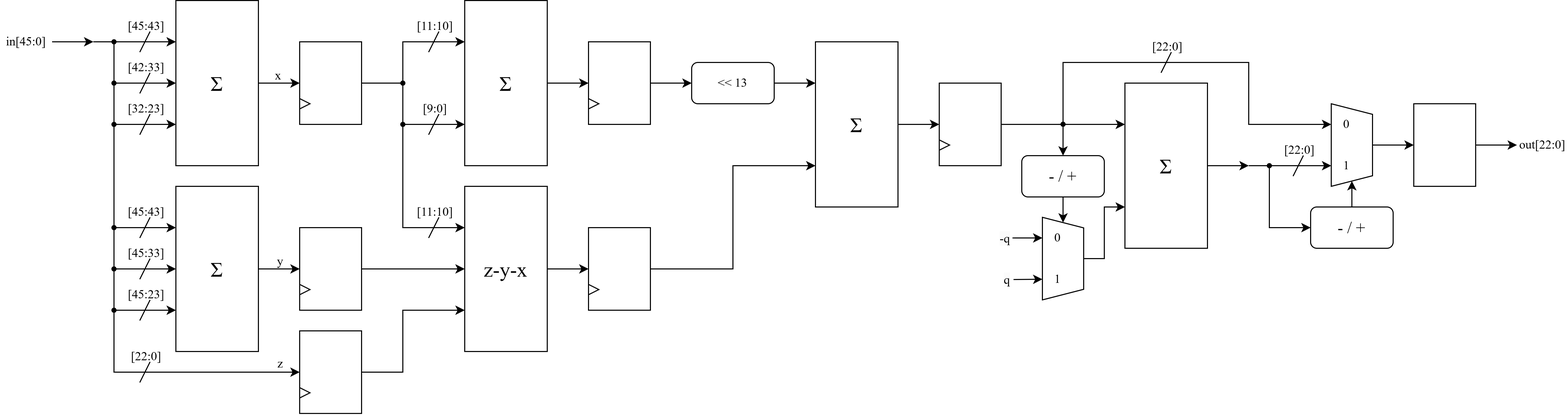
Before: Diagram/Block Diagram/NTT/Modular_Reduction_pipeline.png, a diagram exported from draw.io (Fossum2523/ML_DSA). Source tidied: cells renumbered, new cells last; positions are measured from the earlier drawing's top-left corner, leaving out a move shared by most shapes.
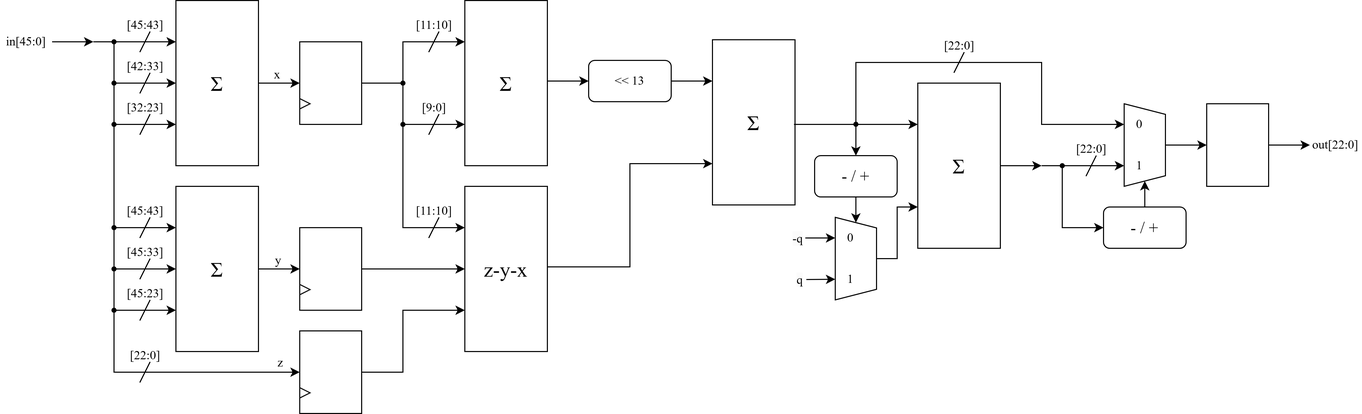
Above is the later version.

What changed in the source:
```diff
@@ -223,43 +223,47 @@
       </mxGeometry>
     </mxCell>
     <mxCell id="42" value="&amp;lt;&amp;lt; 13" style="rounded=1;whiteSpace=wrap;html=1;fontFamily=Times New Roman;" parent="1" vertex="1">
-      <mxGeometry x="670" y="60" width="80" height="40" as="geometry" />
+      <mxGeometry x="570" y="58" width="80" height="40" as="geometry" />
     </mxCell>
-    <mxCell id="43" style="endArrow=classic;html=1;rounded=0;exitX=1;exitY=0.5;exitDx=0;exitDy=0;entryX=0;entryY=0.5;entryDx=0;entryDy=0;fontFamily=Times New Roman;" parent="1" edge="1" source="98" target="42">
-      <mxGeometry relative="1" as="geometry" />
+    <mxCell id="43" style="endArrow=classic;html=1;rounded=0;exitX=1;exitY=0.5;exitDx=0;exitDy=0;entryX=0;entryY=0.5;entryDx=0;entryDy=0;fontFamily=Times New Roman;" parent="1" edge="1" target="42">
+      <mxGeometry relative="1" as="geometry">
+        <mxPoint x="530" y="78" as="sourcePoint" />
+      </mxGeometry>
     </mxCell>
     <mxCell id="44" value="&lt;font style=&quot;font-size: 20px;&quot;&gt;Σ&lt;/font&gt;" style="rounded=0;whiteSpace=wrap;html=1;fontFamily=Times New Roman;" parent="1" vertex="1">
-      <mxGeometry x="790" y="40" width="80" height="160" as="geometry" />
+      <mxGeometry x="690" y="38" width="80" height="160" as="geometry" />
     </mxCell>
     <mxCell id="45" style="endArrow=classic;html=1;rounded=0;exitX=1;exitY=0.5;exitDx=0;exitDy=0;entryX=0;entryY=0.25;entryDx=0;entryDy=0;fontFamily=Times New Roman;" parent="1" edge="1" source="42" target="44">
       <mxGeometry relative="1" as="geometry" />
     </mxCell>
-    <mxCell id="46" style="endArrow=classic;html=1;rounded=0;exitX=1;exitY=0.5;exitDx=0;exitDy=0;entryX=0;entryY=0.75;entryDx=0;entryDy=0;fontFamily=Times New Roman;" parent="1" edge="1" source="102" target="44">
+    <mxCell id="46" style="endArrow=classic;html=1;rounded=0;exitX=1;exitY=0.5;exitDx=0;exitDy=0;entryX=0;entryY=0.75;entryDx=0;entryDy=0;fontFamily=Times New Roman;" parent="1" edge="1" target="44">
       <mxGeometry relative="1" as="geometry">
+        <mxPoint x="530" y="258" as="sourcePoint" />
         <Array as="points">
-          <mxPoint x="710" y="260" />
-          <mxPoint x="710" y="160" />
+          <mxPoint x="610" y="258" />
+          <mxPoint x="610" y="158" />
         </Array>
       </mxGeometry>
     </mxCell>
-    <mxCell id="47" style="endArrow=classic;html=1;rounded=0;entryX=0;entryY=0.25;entryDx=0;entryDy=0;fontFamily=Times New Roman;exitX=1;exitY=0.5;exitDx=0;exitDy=0;" parent="1" edge="1" source="106" target="48">
+    <mxCell id="47" style="endArrow=classic;html=1;rounded=0;entryX=0;entryY=0.25;entryDx=0;entryDy=0;fontFamily=Times New Roman;exitX=1;exitY=0.5;exitDx=0;exitDy=0;" parent="1" edge="1" target="48">
       <mxGeometry relative="1" as="geometry">
+        <mxPoint x="769" y="120" as="sourcePoint" />
         <Array as="points">
-          <mxPoint x="1030" y="120" />
+          <mxPoint x="829" y="120" />
         </Array>
       </mxGeometry>
     </mxCell>
     <mxCell id="48" value="&lt;font style=&quot;font-size: 20px;&quot;&gt;Σ&lt;/font&gt;" style="rounded=0;whiteSpace=wrap;html=1;fontFamily=Times New Roman;" parent="1" vertex="1">
-      <mxGeometry x="1090" y="80" width="80" height="160" as="geometry" />
+      <mxGeometry x="889" y="80" width="80" height="160" as="geometry" />
     </mxCell>
     <mxCell id="49" style="shape=trapezoid;perimeter=trapezoidPerimeter;whiteSpace=wrap;html=1;fixedSize=1;rotation=90;size=10.25;fontFamily=Times New Roman;" parent="1" vertex="1">
-      <mxGeometry x="990" y="230" width="80" height="40" as="geometry" />
+      <mxGeometry x="789" y="230" width="80" height="40" as="geometry" />
     </mxCell>
     <mxCell id="50" style="endArrow=classic;html=1;rounded=0;entryX=0.25;entryY=1;entryDx=0;entryDy=0;exitX=1;exitY=0.5;exitDx=0;exitDy=0;fontFamily=Times New Roman;" parent="1" edge="1" source="54" target="49">
       <mxGeometry relative="1" as="geometry" />
     </mxCell>
     <mxCell id="51" value="&lt;span style=&quot;color: rgb(0, 0, 0); font-size: 12px; font-style: normal; font-variant-ligatures: normal; font-variant-caps: normal; font-weight: 400; letter-spacing: normal; orphans: 2; text-align: center; text-indent: 0px; text-transform: none; widows: 2; word-spacing: 0px; -webkit-text-stroke-width: 0px; white-space: normal; background-color: rgb(251, 251, 251); text-decoration-thickness: initial; text-decoration-style: initial; text-decoration-color: initial; float: none; display: inline !important;&quot;&gt;q&lt;/span&gt;" style="text;whiteSpace=wrap;html=1;fontFamily=Times New Roman;" parent="1" vertex="1">
-      <mxGeometry x="971" y="257.3" width="11" height="26" as="geometry" />
+      <mxGeometry x="770" y="257.3" width="11" height="26" as="geometry" />
     </mxCell>
     <mxCell id="52" style="endArrow=classic;html=1;rounded=0;entryX=0.75;entryY=1;entryDx=0;entryDy=0;exitX=1;exitY=0.5;exitDx=0;exitDy=0;fontFamily=Times New Roman;" parent="1" edge="1" source="51" target="49">
       <mxGeometry relative="1" as="geometry" />
@@ -267,25 +271,25 @@
     <mxCell id="53" style="endArrow=classic;html=1;rounded=0;entryX=0;entryY=0.75;entryDx=0;entryDy=0;exitX=0.5;exitY=0;exitDx=0;exitDy=0;fontFamily=Times New Roman;" parent="1" edge="1" source="49" target="48">
       <mxGeometry relative="1" as="geometry">
         <Array as="points">
-          <mxPoint x="1070" y="250" />
-          <mxPoint x="1070" y="200" />
+          <mxPoint x="869" y="250" />
+          <mxPoint x="869" y="200" />
         </Array>
       </mxGeometry>
     </mxCell>
     <mxCell id="54" value="&lt;span style=&quot;color: rgb(0, 0, 0); font-size: 12px; font-style: normal; font-variant-ligatures: normal; font-variant-caps: normal; font-weight: 400; letter-spacing: normal; orphans: 2; text-align: center; text-indent: 0px; text-transform: none; widows: 2; word-spacing: 0px; -webkit-text-stroke-width: 0px; white-space: normal; background-color: rgb(251, 251, 251); text-decoration-thickness: initial; text-decoration-style: initial; text-decoration-color: initial; float: none; display: inline !important;&quot;&gt;-q&lt;/span&gt;" style="text;whiteSpace=wrap;html=1;fontFamily=Times New Roman;" parent="1" vertex="1">
-      <mxGeometry x="967" y="217" width="14" height="26" as="geometry" />
+      <mxGeometry x="766" y="217" width="14" height="26" as="geometry" />
     </mxCell>
     <mxCell id="55" style="endArrow=classic;html=1;rounded=0;fontFamily=Times New Roman;entryX=0.5;entryY=0;entryDx=0;entryDy=0;" parent="1" edge="1" target="80">
       <mxGeometry relative="1" as="geometry">
-        <mxPoint x="1030" y="120" as="sourcePoint" />
+        <mxPoint x="829" y="120" as="sourcePoint" />
       </mxGeometry>
     </mxCell>
     <mxCell id="56" style="shape=trapezoid;perimeter=trapezoidPerimeter;whiteSpace=wrap;html=1;fixedSize=1;rotation=90;size=10.25;fontFamily=Times New Roman;" parent="1" vertex="1">
-      <mxGeometry x="1270" y="120" width="80" height="40" as="geometry" />
+      <mxGeometry x="1069" y="120" width="80" height="40" as="geometry" />
     </mxCell>
     <mxCell id="57" style="endArrow=classic;html=1;rounded=0;entryX=0.75;entryY=1;entryDx=0;entryDy=0;fontFamily=Times New Roman;" parent="1" edge="1" target="56">
       <mxGeometry relative="1" as="geometry">
-        <mxPoint x="1210" y="160" as="sourcePoint" />
+        <mxPoint x="1009" y="160" as="sourcePoint" />
       </mxGeometry>
     </mxCell>
     <mxCell id="58" style="endArrow=classic;html=1;rounded=0;exitX=0.5;exitY=0;exitDx=0;exitDy=0;fontFamily=Times New Roman;entryX=0;entryY=0.5;entryDx=0;entryDy=0;" parent="1" edge="1" source="56" target="109">
@@ -293,32 +297,32 @@
     </mxCell>
     <mxCell id="59" style="endArrow=classic;html=1;rounded=0;entryX=0.25;entryY=1;entryDx=0;entryDy=0;fontFamily=Times New Roman;" parent="1" edge="1" target="56">
       <mxGeometry relative="1" as="geometry">
-        <mxPoint x="1030" y="120" as="sourcePoint" />
+        <mxPoint x="829" y="120" as="sourcePoint" />
         <Array as="points">
-          <mxPoint x="1030" y="60" />
-          <mxPoint x="1210" y="60" />
-          <mxPoint x="1210" y="120" />
+          <mxPoint x="829" y="60" />
+          <mxPoint x="1009" y="60" />
+          <mxPoint x="1009" y="120" />
         </Array>
       </mxGeometry>
     </mxCell>
     <mxCell id="60" style="endArrow=classic;html=1;rounded=0;entryX=1;entryY=0.5;entryDx=0;entryDy=0;fontFamily=Times New Roman;exitX=0.5;exitY=0;exitDx=0;exitDy=0;" parent="1" edge="1" source="82" target="56">
       <mxGeometry relative="1" as="geometry">
         <Array as="points">
-          <mxPoint x="1310" y="220" />
+          <mxPoint x="1109" y="220" />
         </Array>
       </mxGeometry>
     </mxCell>
     <mxCell id="61" value="0" style="text;html=1;align=center;verticalAlign=middle;whiteSpace=wrap;rounded=0;fontFamily=Times New Roman;" parent="1" vertex="1">
-      <mxGeometry x="1020" y="220" width="10" height="20" as="geometry" />
+      <mxGeometry x="819" y="220" width="10" height="20" as="geometry" />
     </mxCell>
     <mxCell id="62" value="1" style="text;html=1;align=center;verticalAlign=middle;whiteSpace=wrap;rounded=0;fontFamily=Times New Roman;" parent="1" vertex="1">
-      <mxGeometry x="1020" y="260.3" width="10" height="20" as="geometry" />
+      <mxGeometry x="819" y="260.3" width="10" height="20" as="geometry" />
     </mxCell>
     <mxCell id="63" value="0" style="text;html=1;align=center;verticalAlign=middle;whiteSpace=wrap;rounded=0;fontFamily=Times New Roman;" parent="1" vertex="1">
-      <mxGeometry x="1300" y="109.9" width="10" height="20" as="geometry" />
+      <mxGeometry x="1099" y="109.9" width="10" height="20" as="geometry" />
     </mxCell>
     <mxCell id="64" value="1" style="text;html=1;align=center;verticalAlign=middle;whiteSpace=wrap;rounded=0;fontFamily=Times New Roman;" parent="1" vertex="1">
-      <mxGeometry x="1300" y="150.1" width="10" height="20" as="geometry" />
+      <mxGeometry x="1099" y="150.1" width="10" height="20" as="geometry" />
     </mxCell>
     <mxCell id="65" style="ellipse;whiteSpace=wrap;html=1;gradientColor=none;fillColor=#000000;fontFamily=Times New Roman;" parent="1" vertex="1">
       <mxGeometry x="108" y="38" width="4" height="4" as="geometry" />
@@ -345,15 +349,15 @@
       <mxGeometry x="388" y="118" width="4" height="4" as="geometry" />
     </mxCell>
     <mxCell id="73" style="ellipse;whiteSpace=wrap;html=1;gradientColor=none;fillColor=#000000;fontFamily=Times New Roman;" parent="1" vertex="1">
-      <mxGeometry x="1028" y="117.9" width="4" height="4" as="geometry" />
+      <mxGeometry x="827" y="117.9" width="4" height="4" as="geometry" />
     </mxCell>
     <mxCell id="74" style="ellipse;whiteSpace=wrap;html=1;gradientColor=none;fillColor=#000000;fontFamily=Times New Roman;" parent="1" vertex="1">
-      <mxGeometry x="1228" y="158" width="4" height="4" as="geometry" />
+      <mxGeometry x="1027" y="158" width="4" height="4" as="geometry" />
     </mxCell>
     <mxCell id="75" style="endArrow=none;html=1;rounded=0;fontFamily=Times New Roman;" parent="1" edge="1">
       <mxGeometry relative="1" as="geometry">
-        <mxPoint x="1125" y="70" as="sourcePoint" />
-        <mxPoint x="1135" y="50" as="targetPoint" />
+        <mxPoint x="924" y="70" as="sourcePoint" />
+        <mxPoint x="934" y="50" as="targetPoint" />
       </mxGeometry>
     </mxCell>
     <mxCell id="76" value="&lt;font style=&quot;font-size: 12px;&quot;&gt;[22:0]&lt;/font&gt;" style="edgeLabel;html=1;align=center;verticalAlign=bottom;labelBackgroundColor=none;fontFamily=Times New Roman;" parent="75" vertex="1">
@@ -363,13 +367,13 @@
     </mxCell>
     <mxCell id="77" style="endArrow=classic;html=1;rounded=0;exitX=1;exitY=0.5;exitDx=0;exitDy=0;fontFamily=Times New Roman;" parent="1" edge="1" source="48">
       <mxGeometry relative="1" as="geometry">
-        <mxPoint x="1210" y="160" as="targetPoint" />
+        <mxPoint x="1009" y="160" as="targetPoint" />
       </mxGeometry>
     </mxCell>
     <mxCell id="78" style="endArrow=none;html=1;rounded=0;fontFamily=Times New Roman;" parent="1" edge="1">
       <mxGeometry relative="1" as="geometry">
-        <mxPoint x="1253" y="170.1" as="sourcePoint" />
-        <mxPoint x="1263" y="150.1" as="targetPoint" />
+        <mxPoint x="1052" y="170.1" as="sourcePoint" />
+        <mxPoint x="1062" y="150.1" as="targetPoint" />
       </mxGeometry>
     </mxCell>
     <mxCell id="79" value="&lt;font style=&quot;font-size: 12px;&quot;&gt;[22:0]&lt;/font&gt;" style="edgeLabel;html=1;align=center;verticalAlign=bottom;labelBackgroundColor=none;fontFamily=Times New Roman;" parent="78" vertex="1">
@@ -378,19 +382,19 @@
       </mxGeometry>
     </mxCell>
     <mxCell id="80" value="&lt;font style=&quot;font-size: 16px;&quot;&gt;- / +&lt;/font&gt;" style="rounded=1;whiteSpace=wrap;html=1;fontFamily=Times New Roman;" parent="1" vertex="1">
-      <mxGeometry x="990" y="150.3" width="80" height="40" as="geometry" />
+      <mxGeometry x="789" y="150.3" width="80" height="40" as="geometry" />
     </mxCell>
     <mxCell id="81" style="endArrow=classic;html=1;rounded=0;fontFamily=Times New Roman;entryX=0;entryY=0.5;entryDx=0;entryDy=0;exitX=0.5;exitY=1;exitDx=0;exitDy=0;" parent="1" edge="1" source="80" target="49">
       <mxGeometry relative="1" as="geometry" />
     </mxCell>
     <mxCell id="82" value="&lt;font style=&quot;font-size: 16px;&quot;&gt;- / +&lt;/font&gt;" style="rounded=1;whiteSpace=wrap;html=1;fontFamily=Times New Roman;" parent="1" vertex="1">
-      <mxGeometry x="1270" y="200" width="80" height="40" as="geometry" />
+      <mxGeometry x="1069" y="200" width="80" height="40" as="geometry" />
     </mxCell>
     <mxCell id="83" style="endArrow=classic;html=1;rounded=0;entryX=0;entryY=0.5;entryDx=0;entryDy=0;" parent="1" edge="1" target="82">
       <mxGeometry relative="1" as="geometry">
-        <mxPoint x="1230" y="160" as="sourcePoint" />
+        <mxPoint x="1029" y="160" as="sourcePoint" />
         <Array as="points">
-          <mxPoint x="1230" y="220" />
+          <mxPoint x="1029" y="220" />
         </Array>
       </mxGeometry>
     </mxCell>
@@ -445,47 +449,11 @@
         </Array>
       </mxGeometry>
     </mxCell>
-    <mxCell id="97" style="group;" parent="1" vertex="1">
-      <mxGeometry x="570" y="40" width="60" height="80" as="geometry" />
-    </mxCell>
-    <mxCell id="98" style="rounded=0;whiteSpace=wrap;html=1;fillColor=none;" parent="97" vertex="1">
-      <mxGeometry width="60" height="80" as="geometry" />
-    </mxCell>
-    <mxCell id="99" style="triangle;whiteSpace=wrap;html=1;" parent="97" vertex="1">
-      <mxGeometry y="55" width="10" height="10" as="geometry" />
-    </mxCell>
-    <mxCell id="100" style="endArrow=classic;html=1;rounded=0;exitX=1;exitY=0.5;exitDx=0;exitDy=0;entryX=0;entryY=0.5;entryDx=0;entryDy=0;" parent="1" edge="1" source="28" target="98">
-      <mxGeometry relative="1" as="geometry" />
-    </mxCell>
-    <mxCell id="101" style="group;" parent="1" vertex="1">
-      <mxGeometry x="570" y="220" width="60" height="80" as="geometry" />
-    </mxCell>
-    <mxCell id="102" style="rounded=0;whiteSpace=wrap;html=1;fillColor=none;" parent="101" vertex="1">
-      <mxGeometry width="60" height="80" as="geometry" />
-    </mxCell>
-    <mxCell id="103" style="triangle;whiteSpace=wrap;html=1;" parent="101" vertex="1">
-      <mxGeometry y="55" width="10" height="10" as="geometry" />
-    </mxCell>
-    <mxCell id="104" style="endArrow=classic;html=1;rounded=0;exitX=1;exitY=0.5;exitDx=0;exitDy=0;entryX=0;entryY=0.5;entryDx=0;entryDy=0;" parent="1" edge="1" source="29" target="102">
-      <mxGeometry relative="1" as="geometry" />
-    </mxCell>
-    <mxCell id="105" style="group;" parent="1" vertex="1">
-      <mxGeometry x="910" y="80" width="60" height="80" as="geometry" />
-    </mxCell>
-    <mxCell id="106" style="rounded=0;whiteSpace=wrap;html=1;fillColor=none;" parent="105" vertex="1">
-      <mxGeometry width="60" height="80" as="geometry" />
-    </mxCell>
-    <mxCell id="107" style="triangle;whiteSpace=wrap;html=1;" parent="105" vertex="1">
-      <mxGeometry y="55" width="10" height="10" as="geometry" />
-    </mxCell>
-    <mxCell id="108" style="endArrow=classic;html=1;rounded=0;exitX=1;exitY=0.5;exitDx=0;exitDy=0;entryX=0;entryY=0.5;entryDx=0;entryDy=0;" parent="1" edge="1" source="44" target="106">
-      <mxGeometry relative="1" as="geometry" />
-    </mxCell>
     <mxCell id="109" style="rounded=0;whiteSpace=wrap;html=1;fillColor=none;" parent="1" vertex="1">
-      <mxGeometry x="1370" y="100" width="60" height="80" as="geometry" />
+      <mxGeometry x="1169" y="100" width="60" height="80" as="geometry" />
     </mxCell>
     <mxCell id="110" value="&lt;font face=&quot;Times New Roman&quot;&gt;out[22:0]&lt;/font&gt;" style="text;html=1;align=center;verticalAlign=middle;whiteSpace=wrap;rounded=0;" parent="1" vertex="1">
-      <mxGeometry x="1470" y="132" width="50" height="16" as="geometry" />
+      <mxGeometry x="1269" y="132" width="50" height="16" as="geometry" />
     </mxCell>
     <mxCell id="111" style="endArrow=classic;html=1;rounded=0;exitX=1;exitY=0.5;exitDx=0;exitDy=0;fontFamily=Times New Roman;entryX=0;entryY=0.5;entryDx=0;entryDy=0;" parent="1" edge="1" source="109" target="110">
       <mxGeometry relative="1" as="geometry" />
```
